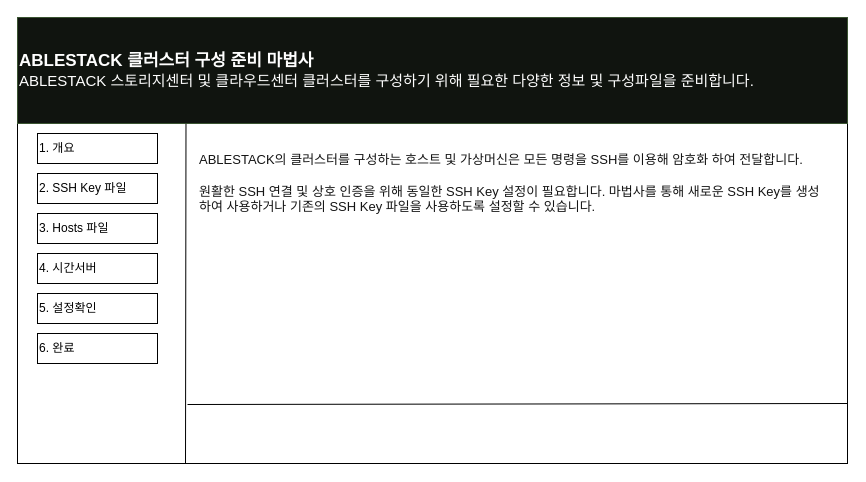
Above: development-cockpit-hw.drawio in stardom3645/wiki (draw.io), before the change. Source tidied: cells renumbered, new cells numbered last; positions are measured from the earlier drawing's top-left corner, leaving out a move shared by most shapes. Both pictures are drawn from the tidied source at 100%, with x=0, y=0 at pixel (17, 17).
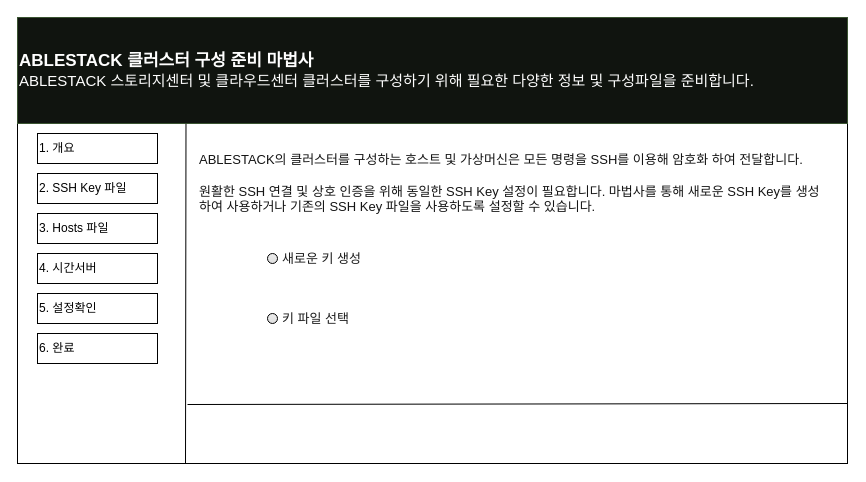
Above is the later version.

Change to the diagram source:
```diff
@@
 <mxGraphModel>
   <root>
     <mxCell id="0" />
     <mxCell id="1" parent="0" />
     <mxCell id="2" style="rounded=0;whiteSpace=wrap;html=1;" parent="1" vertex="1">
       <mxGeometry width="830" height="446" as="geometry" />
     </mxCell>
     <mxCell id="3" value="&lt;div style=&quot;&quot;&gt;&lt;font style=&quot;font-size: 17px&quot;&gt;&lt;b&gt;ABLESTACK 클러스터 구성 준비 마법사&lt;/b&gt;&lt;/font&gt;&lt;/div&gt;&lt;div style=&quot;font-size: 15px;&quot;&gt;&lt;font style=&quot;font-size: 15px&quot;&gt;ABLESTACK 스토리지센터 및 클라우드센터 클러스터를 구성하기 위해 필요한 다양한 정보 및 구성파일을 준비합니다.&lt;/font&gt;&lt;/div&gt;" style="text;html=1;strokeColor=#3A5431;align=left;verticalAlign=middle;whiteSpace=wrap;rounded=0;labelBackgroundColor=none;fontColor=#ffffff;fillColor=#10140F;" parent="1" vertex="1">
       <mxGeometry width="830" height="106" as="geometry" />
     </mxCell>
     <mxCell id="4" value="1. 개요" style="rounded=0;whiteSpace=wrap;html=1;align=left;" parent="1" vertex="1">
       <mxGeometry x="20" y="116" width="120" height="30" as="geometry" />
     </mxCell>
     <mxCell id="5" value="2. SSH Key 파일" style="rounded=0;whiteSpace=wrap;html=1;align=left;" parent="1" vertex="1">
       <mxGeometry x="20" y="156" width="120" height="30" as="geometry" />
     </mxCell>
     <mxCell id="6" value="3. Hosts 파일" style="rounded=0;whiteSpace=wrap;html=1;align=left;" parent="1" vertex="1">
       <mxGeometry x="20" y="196" width="120" height="30" as="geometry" />
     </mxCell>
     <mxCell id="7" value="5. 설정확인" style="rounded=0;whiteSpace=wrap;html=1;align=left;" parent="1" vertex="1">
       <mxGeometry x="20" y="276" width="120" height="30" as="geometry" />
     </mxCell>
     <mxCell id="8" value="4. 시간서버" style="rounded=0;whiteSpace=wrap;html=1;align=left;" parent="1" vertex="1">
       <mxGeometry x="20" y="236" width="120" height="30" as="geometry" />
     </mxCell>
     <mxCell id="9" value="6. 완료" style="rounded=0;whiteSpace=wrap;html=1;align=left;" parent="1" vertex="1">
       <mxGeometry x="20" y="316" width="120" height="30" as="geometry" />
     </mxCell>
     <mxCell id="10" style="endArrow=none;html=1;fontColor=#FCFCFC;entryX=0.203;entryY=1.003;entryDx=0;entryDy=0;entryPerimeter=0;" parent="1" edge="1" target="3">
       <mxGeometry relative="1" as="geometry">
         <mxPoint x="168" y="446" as="sourcePoint" />
       </mxGeometry>
     </mxCell>
     <mxCell id="11" style="endArrow=none;html=1;fontColor=#FCFCFC;" parent="1" edge="1">
       <mxGeometry relative="1" as="geometry">
         <mxPoint x="170" y="387" as="sourcePoint" />
         <mxPoint x="830" y="386" as="targetPoint" />
       </mxGeometry>
     </mxCell>
     <mxCell id="12" value="&lt;span style=&quot;color: rgb(21, 21, 21); font-family: redhattext, overpass, overpass, helvetica, arial, sans-serif; font-size: 13px; background-color: rgb(255, 255, 255);&quot;&gt;ABLESTACK의 클러스터를 구성하는 호스트 및 가상머신은 모든 명령을 SSH를 이용해 암호화 하여 전달합니다.&lt;/span&gt;&lt;br style=&quot;box-sizing: border-box; color: rgb(21, 21, 21); font-family: redhattext, overpass, overpass, helvetica, arial, sans-serif; font-size: 13px; background-color: rgb(255, 255, 255);&quot;&gt;&lt;br style=&quot;box-sizing: border-box; color: rgb(21, 21, 21); font-family: redhattext, overpass, overpass, helvetica, arial, sans-serif; font-size: 13px; background-color: rgb(255, 255, 255);&quot;&gt;&lt;span style=&quot;color: rgb(21, 21, 21); font-family: redhattext, overpass, overpass, helvetica, arial, sans-serif; font-size: 13px; background-color: rgb(255, 255, 255);&quot;&gt;원활한 SSH 연결 및 상호 인증을 위해 동일한 SSH Key 설정이 필요합니다. 마법사를 통해 새로운 SSH Key를 생성하여 사용하거나 기존의 SSH Key 파일을 사용하도록 설정할 수 있습니다.&lt;/span&gt;" style="text;html=1;strokeColor=none;fillColor=none;align=left;verticalAlign=middle;whiteSpace=wrap;rounded=0;labelBackgroundColor=none;fontColor=#1C1C1C;fontSize=13;" parent="1" vertex="1">
       <mxGeometry x="180" y="116" width="630" height="100" as="geometry" />
     </mxCell>
+    <mxCell id="13" value="새로운 키 생성" style="html=1;shadow=0;dashed=0;shape=mxgraph.bootstrap.radioButton2;labelPosition=right;verticalLabelPosition=middle;align=left;verticalAlign=middle;gradientColor=#DEDEDE;fillColor=#EDEDED;checked=0;spacing=5;checkedFill=#0085FC;checkedStroke=#ffffff;labelBackgroundColor=none;fontSize=13;fontColor=#1C1C1C;" parent="1" vertex="1">
+      <mxGeometry x="250" y="236" width="10" height="10" as="geometry" />
+    </mxCell>
+    <mxCell id="14" value="키 파일 선택" style="html=1;shadow=0;dashed=0;shape=mxgraph.bootstrap.radioButton2;labelPosition=right;verticalLabelPosition=middle;align=left;verticalAlign=middle;gradientColor=#DEDEDE;fillColor=#EDEDED;checked=0;spacing=5;checkedFill=#0085FC;checkedStroke=#ffffff;labelBackgroundColor=none;fontSize=13;fontColor=#1C1C1C;" parent="1" vertex="1">
+      <mxGeometry x="250" y="296" width="10" height="10" as="geometry" />
+    </mxCell>
   </root>
 </mxGraphModel>
```
